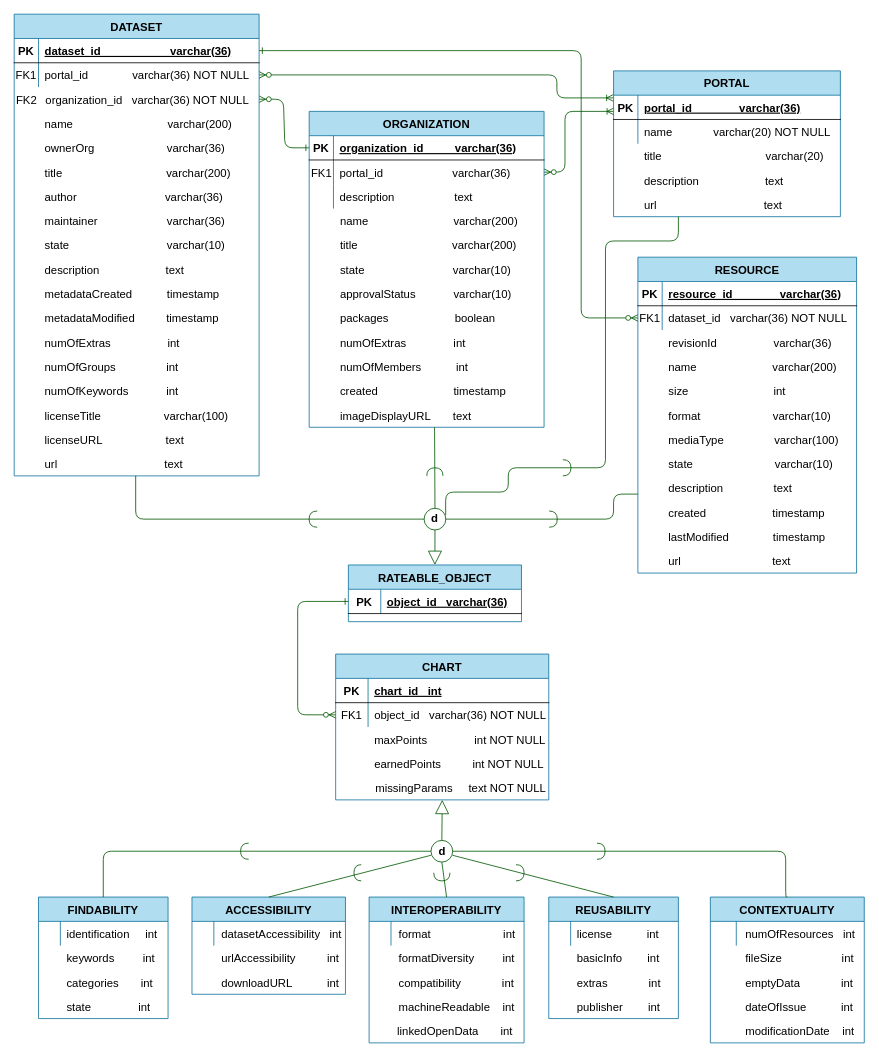
Earlier version of the draw.io diagram db/relation_model.drawio (lukasunara/ckan-data-analysis). Source tidied: cells renumbered, new cells numbered last; positions are measured from the earlier drawing's top-left corner, leaving out a move shared by most shapes. Both pictures are drawn from the tidied source at 81%, with x=0, y=0 at pixel (14, 14).
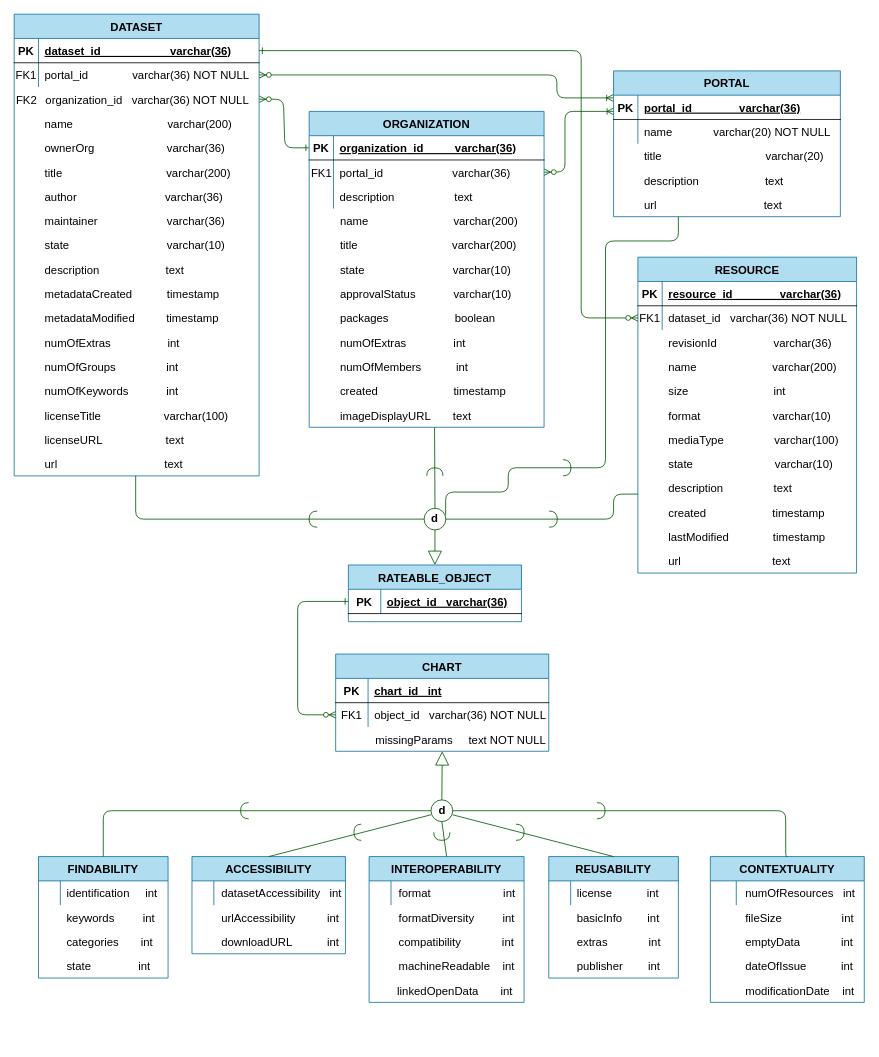
The same page after the edit.

Commit message (it also covers changes not shown here):
Changes in chart models and started analysing data

What changed in the source:
```diff
@@
     <mxCell id="69" value="CHART" style="shape=table;startSize=30;childLayout=tableLayout;rowLines=0;fontStyle=1;align=center;fillColor=#b1ddf0;strokeColor=#10739e;fontSize=14;" parent="1" vertex="1">
-      <mxGeometry x="396.9" y="790" width="263.1" height="180" as="geometry" />
+      <mxGeometry x="396.9" y="790" width="263.1" height="120" as="geometry" />
     </mxCell>
@@
-    <mxCell id="76" value="maxPoints               int NOT NULL" style="shape=partialRectangle;overflow=hidden;fillColor=none;top=0;left=0;bottom=0;right=0;align=left;spacingLeft=6;fontSize=14;" parent="1" vertex="1">
-      <mxGeometry x="436.9" y="880" width="220" height="30" as="geometry" />
-    </mxCell>
-    <mxCell id="77" value="earnedPoints          int NOT NULL" style="shape=partialRectangle;overflow=hidden;fillColor=none;top=0;left=0;bottom=0;right=0;align=left;spacingLeft=6;fontSize=14;" parent="1" vertex="1">
-      <mxGeometry x="436.9" y="910" width="220" height="30" as="geometry" />
-    </mxCell>
     <mxCell id="78" value="FINDABILITY" style="shape=table;startSize=30;childLayout=tableLayout;rowLines=0;fontStyle=1;align=center;fillColor=#b1ddf0;strokeColor=#10739e;fontSize=14;" parent="1" vertex="1">
-      <mxGeometry x="30" y="1090" width="160" height="150" as="geometry" />
+      <mxGeometry x="30" y="1040" width="160" height="150" as="geometry" />
     </mxCell>
@@
     <mxCell id="82" value="identification     int" style="shape=partialRectangle;overflow=hidden;fillColor=none;top=0;left=0;bottom=0;right=0;align=left;spacingLeft=6;fontSize=14;" parent="1" vertex="1">
-      <mxGeometry x="57" y="1120" width="130" height="30" as="geometry" />
+      <mxGeometry x="57" y="1070" width="130" height="30" as="geometry" />
     </mxCell>
     <mxCell id="83" value="keywords         int" style="shape=partialRectangle;overflow=hidden;fillColor=none;top=0;left=0;bottom=0;right=0;align=left;spacingLeft=6;fontSize=14;" parent="1" vertex="1">
-      <mxGeometry x="57" y="1150" width="130" height="30" as="geometry" />
+      <mxGeometry x="57" y="1100" width="130" height="30" as="geometry" />
     </mxCell>
     <mxCell id="84" value="categories       int" style="shape=partialRectangle;overflow=hidden;fillColor=none;top=0;left=0;bottom=0;right=0;align=left;spacingLeft=6;fontSize=14;" parent="1" vertex="1">
-      <mxGeometry x="57" y="1180" width="130" height="30" as="geometry" />
+      <mxGeometry x="57" y="1130" width="130" height="30" as="geometry" />
     </mxCell>
     <mxCell id="85" value="state               int" style="shape=partialRectangle;overflow=hidden;fillColor=none;top=0;left=0;bottom=0;right=0;align=left;spacingLeft=6;fontSize=14;" parent="1" vertex="1">
-      <mxGeometry x="57" y="1210" width="130" height="30" as="geometry" />
+      <mxGeometry x="57" y="1160" width="130" height="30" as="geometry" />
     </mxCell>
     <mxCell id="86" value="CONTEXTUALITY" style="shape=table;startSize=30;childLayout=tableLayout;rowLines=0;fontStyle=1;align=center;fillColor=#b1ddf0;strokeColor=#10739e;fontSize=14;" parent="1" vertex="1">
-      <mxGeometry x="859.5" y="1090" width="190" height="180" as="geometry" />
+      <mxGeometry x="859.5" y="1040" width="190" height="180" as="geometry" />
     </mxCell>
@@
     <mxCell id="90" value="REUSABILITY" style="shape=table;startSize=30;childLayout=tableLayout;rowLines=0;fontStyle=1;align=center;fillColor=#b1ddf0;strokeColor=#10739e;fontSize=14;" parent="1" vertex="1">
-      <mxGeometry x="660" y="1090" width="160" height="150" as="geometry" />
+      <mxGeometry x="660" y="1040" width="160" height="150" as="geometry" />
     </mxCell>
@@
     <mxCell id="94" value="INTEROPERABILITY" style="shape=table;startSize=30;childLayout=tableLayout;rowLines=0;fontStyle=1;align=center;fillColor=#b1ddf0;strokeColor=#10739e;fontSize=14;" parent="1" vertex="1">
-      <mxGeometry x="438.2" y="1090" width="191.3" height="180" as="geometry" />
+      <mxGeometry x="438.2" y="1040" width="191.3" height="180" as="geometry" />
     </mxCell>
@@
     <mxCell id="98" value="ACCESSIBILITY" style="shape=table;startSize=30;childLayout=tableLayout;rowLines=0;fontStyle=1;align=center;fillColor=#b1ddf0;strokeColor=#10739e;fontSize=14;" parent="1" vertex="1">
-      <mxGeometry x="219.5" y="1090" width="189.5" height="120" as="geometry" />
+      <mxGeometry x="219.5" y="1040" width="189.5" height="120" as="geometry" />
     </mxCell>
@@
     <mxCell id="102" value="datasetAccessibility   int" style="shape=partialRectangle;overflow=hidden;fillColor=none;top=0;left=0;bottom=0;right=0;align=left;spacingLeft=6;fontSize=14;" parent="1" vertex="1">
-      <mxGeometry x="248" y="1120" width="161.5" height="30" as="geometry" />
+      <mxGeometry x="248" y="1070" width="161.5" height="30" as="geometry" />
     </mxCell>
     <mxCell id="103" value="urlAccessibility          int" style="shape=partialRectangle;overflow=hidden;fillColor=none;top=0;left=0;bottom=0;right=0;align=left;spacingLeft=6;fontSize=14;" parent="1" vertex="1">
-      <mxGeometry x="248" y="1150" width="161.5" height="30" as="geometry" />
+      <mxGeometry x="248" y="1100" width="161.5" height="30" as="geometry" />
     </mxCell>
     <mxCell id="104" value="downloadURL           int" style="shape=partialRectangle;overflow=hidden;fillColor=none;top=0;left=0;bottom=0;right=0;align=left;spacingLeft=6;fontSize=14;" parent="1" vertex="1">
-      <mxGeometry x="248" y="1180" width="161.5" height="30" as="geometry" />
+      <mxGeometry x="248" y="1130" width="161.5" height="30" as="geometry" />
     </mxCell>
     <mxCell id="105" value="format                       int" style="shape=partialRectangle;overflow=hidden;fillColor=none;top=0;left=0;bottom=0;right=0;align=left;spacingLeft=6;fontSize=14;" parent="1" vertex="1">
-      <mxGeometry x="467" y="1120" width="152.5" height="30" as="geometry" />
+      <mxGeometry x="467" y="1070" width="152.5" height="30" as="geometry" />
     </mxCell>
     <mxCell id="106" value="formatDiversity         int" style="shape=partialRectangle;overflow=hidden;fillColor=none;top=0;left=0;bottom=0;right=0;align=left;spacingLeft=6;fontSize=14;" parent="1" vertex="1">
-      <mxGeometry x="467" y="1150" width="152.5" height="30" as="geometry" />
+      <mxGeometry x="467" y="1100" width="152.5" height="30" as="geometry" />
     </mxCell>
     <mxCell id="107" value="compatibility             int" style="shape=partialRectangle;overflow=hidden;fillColor=none;top=0;left=0;bottom=0;right=0;align=left;spacingLeft=6;fontSize=14;" parent="1" vertex="1">
-      <mxGeometry x="467" y="1180" width="152.5" height="30" as="geometry" />
+      <mxGeometry x="467" y="1130" width="152.5" height="30" as="geometry" />
     </mxCell>
     <mxCell id="108" value="machineReadable    int" style="shape=partialRectangle;overflow=hidden;fillColor=none;top=0;left=0;bottom=0;right=0;align=left;spacingLeft=6;fontSize=14;" parent="1" vertex="1">
-      <mxGeometry x="467" y="1210" width="152.5" height="30" as="geometry" />
+      <mxGeometry x="467" y="1160" width="152.5" height="30" as="geometry" />
     </mxCell>
     <mxCell id="109" value="license           int" style="shape=partialRectangle;overflow=hidden;fillColor=none;top=0;left=0;bottom=0;right=0;align=left;spacingLeft=6;fontSize=14;" parent="1" vertex="1">
-      <mxGeometry x="687" y="1120" width="130" height="30" as="geometry" />
+      <mxGeometry x="687" y="1070" width="130" height="30" as="geometry" />
     </mxCell>
     <mxCell id="110" value="basicInfo        int" style="shape=partialRectangle;overflow=hidden;fillColor=none;top=0;left=0;bottom=0;right=0;align=left;spacingLeft=6;fontSize=14;" parent="1" vertex="1">
-      <mxGeometry x="687" y="1150" width="130" height="30" as="geometry" />
+      <mxGeometry x="687" y="1100" width="130" height="30" as="geometry" />
     </mxCell>
     <mxCell id="111" value="extras             int" style="shape=partialRectangle;overflow=hidden;fillColor=none;top=0;left=0;bottom=0;right=0;align=left;spacingLeft=6;fontSize=14;" parent="1" vertex="1">
-      <mxGeometry x="687" y="1180" width="130" height="30" as="geometry" />
+      <mxGeometry x="687" y="1130" width="130" height="30" as="geometry" />
     </mxCell>
     <mxCell id="112" value="publisher        int" style="shape=partialRectangle;overflow=hidden;fillColor=none;top=0;left=0;bottom=0;right=0;align=left;spacingLeft=6;fontSize=14;" parent="1" vertex="1">
-      <mxGeometry x="687" y="1210" width="130" height="30" as="geometry" />
+      <mxGeometry x="687" y="1160" width="130" height="30" as="geometry" />
     </mxCell>
     <mxCell id="113" value="numOfResources   int" style="shape=partialRectangle;overflow=hidden;fillColor=none;top=0;left=0;bottom=0;right=0;align=left;spacingLeft=6;fontSize=14;" parent="1" vertex="1">
-      <mxGeometry x="895" y="1120" width="154.5" height="30" as="geometry" />
+      <mxGeometry x="895" y="1070" width="154.5" height="30" as="geometry" />
     </mxCell>
     <mxCell id="114" value="fileSize                   int" style="shape=partialRectangle;overflow=hidden;fillColor=none;top=0;left=0;bottom=0;right=0;align=left;spacingLeft=6;fontSize=14;" parent="1" vertex="1">
-      <mxGeometry x="895" y="1150" width="154.5" height="30" as="geometry" />
+      <mxGeometry x="895" y="1100" width="154.5" height="30" as="geometry" />
     </mxCell>
     <mxCell id="115" value="emptyData             int" style="shape=partialRectangle;overflow=hidden;fillColor=none;top=0;left=0;bottom=0;right=0;align=left;spacingLeft=6;fontSize=14;" parent="1" vertex="1">
-      <mxGeometry x="895" y="1180" width="154.5" height="30" as="geometry" />
+      <mxGeometry x="895" y="1130" width="154.5" height="30" as="geometry" />
     </mxCell>
     <mxCell id="116" value="dateOfIssue           int" style="shape=partialRectangle;overflow=hidden;fillColor=none;top=0;left=0;bottom=0;right=0;align=left;spacingLeft=6;fontSize=14;" parent="1" vertex="1">
-      <mxGeometry x="895" y="1210" width="154.5" height="30" as="geometry" />
+      <mxGeometry x="895" y="1160" width="154.5" height="30" as="geometry" />
     </mxCell>
     <mxCell id="117" value="modificationDate    int" style="shape=partialRectangle;overflow=hidden;fillColor=none;top=0;left=0;bottom=0;right=0;align=left;spacingLeft=6;fontSize=14;" parent="1" vertex="1">
-      <mxGeometry x="895" y="1240" width="154.5" height="30" as="geometry" />
+      <mxGeometry x="895" y="1190" width="154.5" height="30" as="geometry" />
     </mxCell>
     <mxCell id="118" style="endArrow=none;html=1;entryX=0.5;entryY=0;entryDx=0;entryDy=0;edgeStyle=orthogonalEdgeStyle;fillColor=#008a00;strokeColor=#005700;fontSize=14;exitX=1;exitY=0.5;exitDx=0;exitDy=0;" parent="1" edge="1" source="131" target="86">
       <mxGeometry relative="1" as="geometry">
         <Array as="points">
-          <mxPoint x="952.5" y="1033" />
+          <mxPoint x="952.5" y="983" />
         </Array>
       </mxGeometry>
     </mxCell>
@@
     <mxCell id="130" style="ellipse;whiteSpace=wrap;html=1;rounded=0;sketch=0;strokeWidth=1;fontSize=14;strokeColor=#005700;fontColor=#ffffff;fillColor=none;" parent="1" vertex="1">
-      <mxGeometry x="514.6" y="1020" width="26.8" height="26.8" as="geometry" />
+      <mxGeometry x="514.6" y="970" width="26.8" height="26.8" as="geometry" />
     </mxCell>
     <mxCell id="131" value="&lt;b style=&quot;font-size: 14px;&quot;&gt;d&lt;/b&gt;" style="text;html=1;strokeColor=none;fillColor=none;align=center;verticalAlign=middle;whiteSpace=wrap;rounded=0;sketch=0;fontSize=14;" parent="1" vertex="1">
-      <mxGeometry x="514.6" y="1023.4" width="26.6" height="20" as="geometry" />
+      <mxGeometry x="514.6" y="973.4" width="26.6" height="20" as="geometry" />
     </mxCell>
@@
     <mxCell id="133" style="endArrow=none;html=1;fontSize=14;fillColor=#008a00;strokeColor=#005700;edgeStyle=orthogonalEdgeStyle;curved=1;" parent="1" edge="1">
       <mxGeometry relative="1" as="geometry">
-        <mxPoint x="289.5" y="1023.4" as="sourcePoint" />
-        <mxPoint x="289.5" y="1043.4" as="targetPoint" />
+        <mxPoint x="289.5" y="973.4" as="sourcePoint" />
+        <mxPoint x="289.5" y="993.4" as="targetPoint" />
         <Array as="points">
-          <mxPoint x="279.5" y="1023.4" />
-          <mxPoint x="279.5" y="1043.4" />
+          <mxPoint x="279.5" y="973.4" />
+          <mxPoint x="279.5" y="993.4" />
         </Array>
       </mxGeometry>
     </mxCell>
     <mxCell id="134" style="endArrow=none;html=1;fontSize=14;fillColor=#008a00;strokeColor=#005700;edgeStyle=orthogonalEdgeStyle;curved=1;" parent="1" edge="1">
       <mxGeometry relative="1" as="geometry">
-        <mxPoint x="428.5" y="1070" as="sourcePoint" />
-        <mxPoint x="428.5" y="1050" as="targetPoint" />
+        <mxPoint x="428.5" y="1020" as="sourcePoint" />
+        <mxPoint x="428.5" y="1000" as="targetPoint" />
         <Array as="points">
-          <mxPoint x="419.5" y="1070" />
-          <mxPoint x="419.5" y="1050" />
+          <mxPoint x="419.5" y="1020" />
+          <mxPoint x="419.5" y="1000" />
         </Array>
       </mxGeometry>
     </mxCell>
     <mxCell id="135" style="endArrow=none;html=1;fontSize=14;fillColor=#008a00;strokeColor=#005700;edgeStyle=orthogonalEdgeStyle;curved=1;" parent="1" edge="1">
       <mxGeometry relative="1" as="geometry">
-        <mxPoint x="518" y="1060" as="sourcePoint" />
-        <mxPoint x="538" y="1060" as="targetPoint" />
+        <mxPoint x="518" y="1010" as="sourcePoint" />
+        <mxPoint x="538" y="1010" as="targetPoint" />
         <Array as="points">
-          <mxPoint x="518" y="1070" />
-          <mxPoint x="538" y="1070" />
+          <mxPoint x="518" y="1020" />
+          <mxPoint x="538" y="1020" />
         </Array>
       </mxGeometry>
     </mxCell>
     <mxCell id="136" style="endArrow=none;html=1;fontSize=14;fillColor=#008a00;strokeColor=#005700;edgeStyle=orthogonalEdgeStyle;curved=1;" parent="1" edge="1">
       <mxGeometry relative="1" as="geometry">
-        <mxPoint x="619.5" y="1070" as="sourcePoint" />
-        <mxPoint x="619.5" y="1050" as="targetPoint" />
+        <mxPoint x="619.5" y="1020" as="sourcePoint" />
+        <mxPoint x="619.5" y="1000" as="targetPoint" />
         <Array as="points">
-          <mxPoint x="629.5" y="1070" />
-          <mxPoint x="629.5" y="1050" />
+          <mxPoint x="629.5" y="1020" />
+          <mxPoint x="629.5" y="1000" />
         </Array>
       </mxGeometry>
     </mxCell>
     <mxCell id="137" style="endArrow=none;html=1;fontSize=14;fillColor=#008a00;strokeColor=#005700;edgeStyle=orthogonalEdgeStyle;curved=1;" parent="1" edge="1">
       <mxGeometry relative="1" as="geometry">
-        <mxPoint x="719.5" y="1043.4" as="sourcePoint" />
-        <mxPoint x="719.5" y="1023.4" as="targetPoint" />
+        <mxPoint x="719.5" y="993.4" as="sourcePoint" />
+        <mxPoint x="719.5" y="973.4" as="targetPoint" />
         <Array as="points">
-          <mxPoint x="729.5" y="1043.4" />
-          <mxPoint x="729.5" y="1023.4" />
+          <mxPoint x="729.5" y="993.4" />
+          <mxPoint x="729.5" y="973.4" />
         </Array>
       </mxGeometry>
     </mxCell>
@@
     <mxCell id="149" value="linkedOpenData       int" style="shape=partialRectangle;overflow=hidden;fillColor=none;top=0;left=0;bottom=0;right=0;align=left;spacingLeft=6;fontSize=14;" parent="1" vertex="1">
-      <mxGeometry x="465.2" y="1240" width="152.5" height="30" as="geometry" />
+      <mxGeometry x="465.2" y="1190" width="152.5" height="30" as="geometry" />
     </mxCell>
@@
     <mxCell id="157" value="missingParams     text NOT NULL" style="shape=partialRectangle;overflow=hidden;fillColor=none;top=0;left=0;bottom=0;right=0;align=left;spacingLeft=6;fontSize=14;" parent="1" vertex="1">
-      <mxGeometry x="438.2" y="940" width="220" height="30" as="geometry" />
+      <mxGeometry x="438.2" y="880" width="220" height="30" as="geometry" />
     </mxCell>
```
